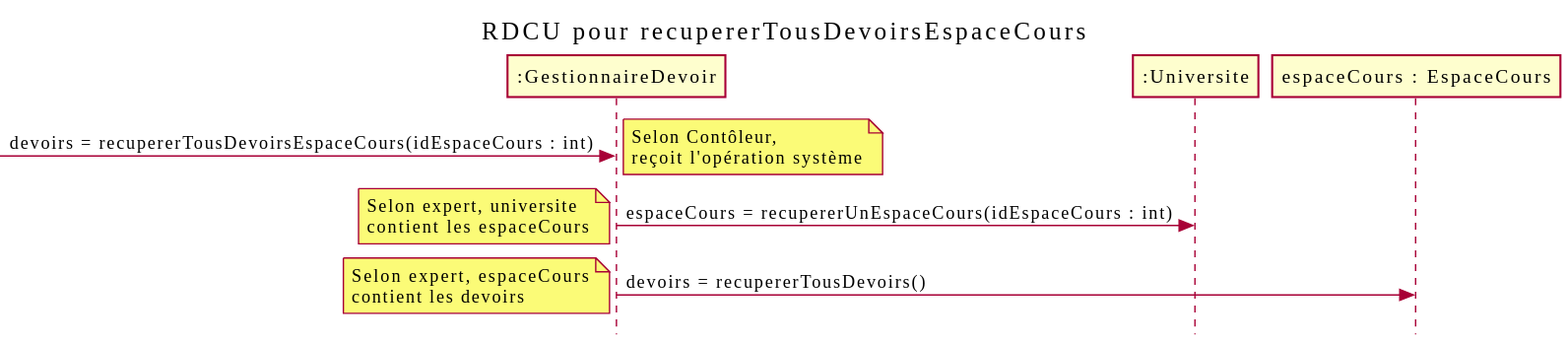
nerdz88/SGA-TS keeps this PlantUML diagram as out/docs/Ajouter devoir/RDCU_Ajouter_Devoir/recupererTousDevoirsEspaceCours.svg. Above is the earlier version.
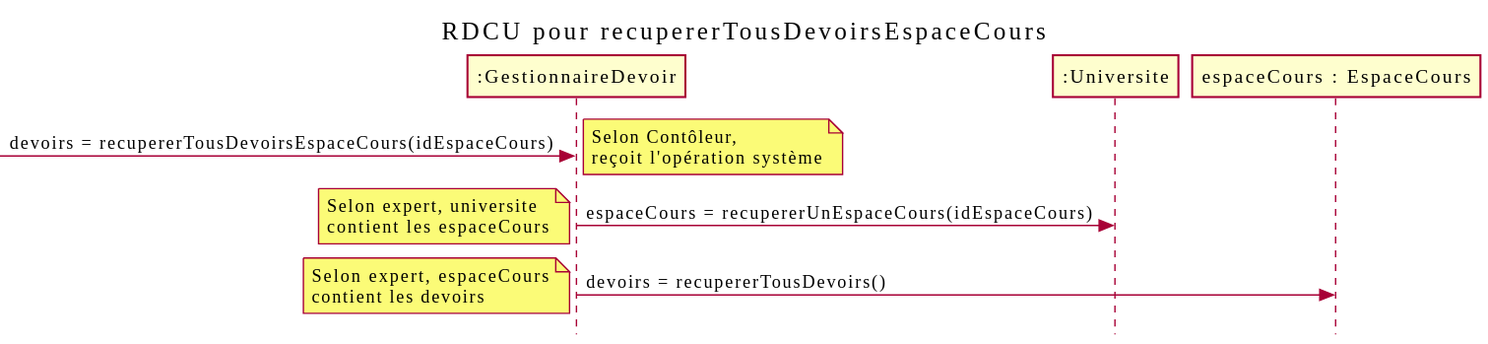
Above is the later version.

What changed in the source:
```diff
@@ -6,9 +6,9 @@
 participant ":Universite" as universite
 participant "espaceCours : EspaceCours" as cours
 
--> gestionnaireDevoir : devoirs = recupererTousDevoirsEspaceCours(idEspaceCours : int)
+-> gestionnaireDevoir : devoirs = recupererTousDevoirsEspaceCours(idEspaceCours)
 note left : Selon Contôleur,\nreçoit l'opération système
-gestionnaireDevoir -> universite : espaceCours = recupererUnEspaceCours(idEspaceCours : int)
+gestionnaireDevoir -> universite : espaceCours = recupererUnEspaceCours(idEspaceCours)
 note left : Selon expert, universite\ncontient les espaceCours
 gestionnaireDevoir -> cours : devoirs = recupererTousDevoirs()
 note left : Selon expert, espaceCours\ncontient les devoirs
```
